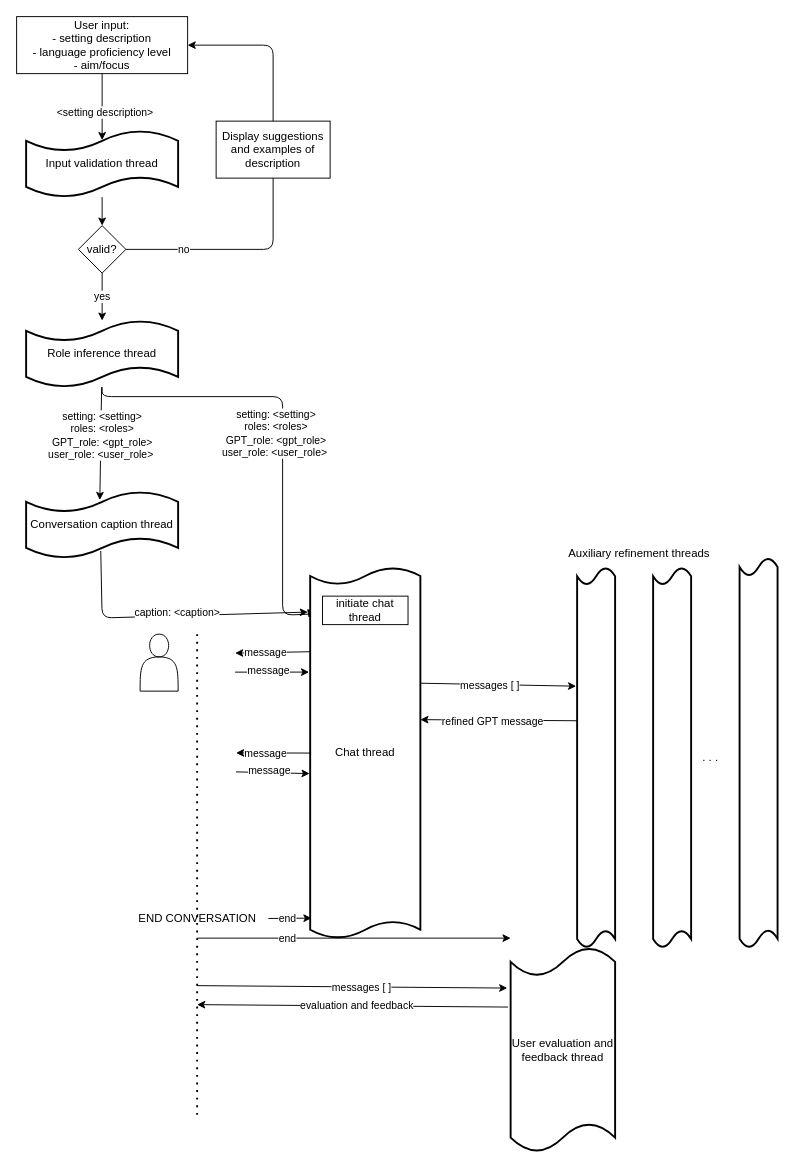
doXrayAI/LinguaAI keeps this draw.io diagram as diagrams/flow.drawio. Above is the earlier version. Source tidied: cells renumbered, new cells numbered last; positions are measured from the earlier drawing's top-left corner, leaving out a move shared by most shapes. Both pictures are drawn from the tidied source at 95%, with x=0, y=0 at pixel (16, 16).
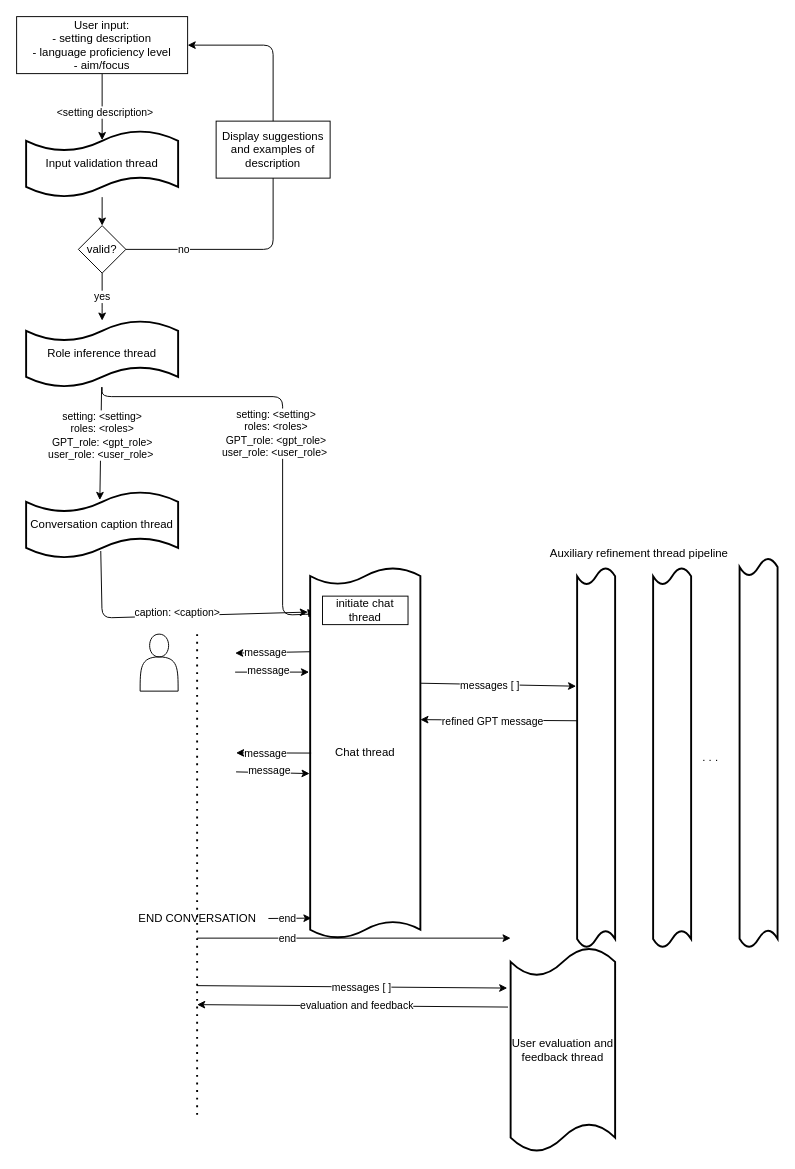
Above is the later version.

What changed in the source:
```diff
@@
-    <mxCell id="27" value="Auxiliary refinement threads" style="text;html=1;align=center;verticalAlign=middle;strokeColor=none;fillColor=none;" parent="1" vertex="1">
-      <mxGeometry x="570" y="550" width="170" height="30" as="geometry" />
+    <mxCell id="27" value="Auxiliary refinement thread pipeline" style="text;html=1;align=center;verticalAlign=middle;strokeColor=none;fillColor=none;" parent="1" vertex="1">
+      <mxGeometry x="550" y="550" width="210" height="30" as="geometry" />
     </mxCell>
```
